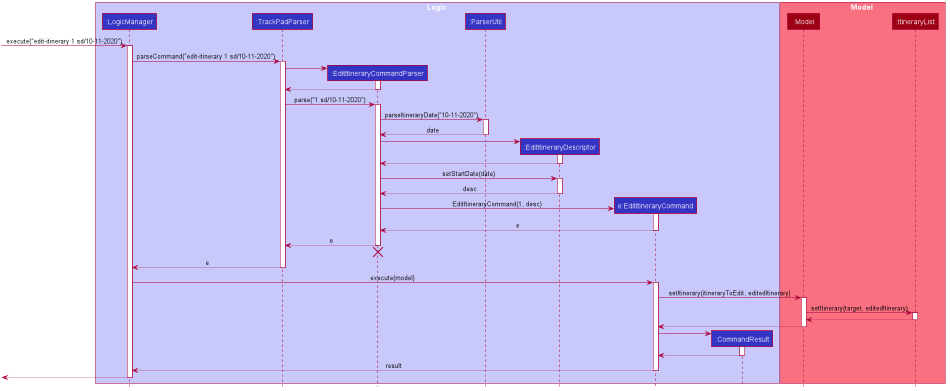
yuxuanxc/tp keeps this PlantUML diagram as docs/images/devguideimages/EditItinerarySequenceDiagram.png. Above is the earlier version.
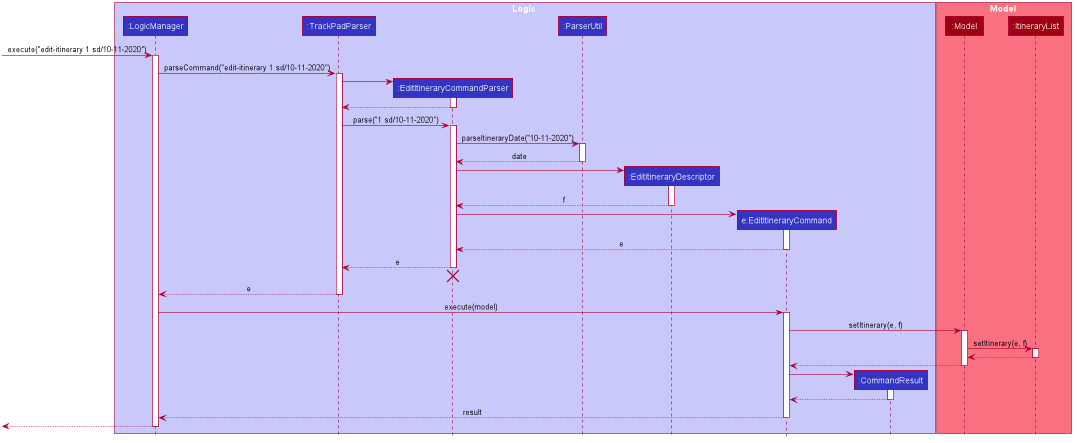
Later version of the same file.

The edit, as a diff of the source:
```diff
@@ -89,17 +89,11 @@
 EditItineraryCommandParser -> EditItineraryDescriptor
 activate EditItineraryDescriptor
 
-EditItineraryDescriptor --> EditItineraryCommandParser
-deactivate EditItineraryDescriptor
-
-EditItineraryCommandParser -> EditItineraryDescriptor : setStartDate(date)
-activate EditItineraryDescriptor
-
-EditItineraryDescriptor --> EditItineraryCommandParser : desc
+EditItineraryDescriptor --> EditItineraryCommandParser : f
 deactivate EditItineraryDescriptor
 
 create EditItineraryCommand
-EditItineraryCommandParser -> EditItineraryCommand : EditItineraryCommand(1, desc)
+EditItineraryCommandParser -> EditItineraryCommand :
 activate EditItineraryCommand
 
 EditItineraryCommand --> EditItineraryCommandParser : e
@@ -116,10 +110,10 @@
 LogicManager -> EditItineraryCommand : execute(model)
 activate EditItineraryCommand
 
-EditItineraryCommand -> Model : setItinerary(itineraryToEdit, editedItinerary)
+EditItineraryCommand -> Model : setItinerary(e, f)
 activate Model
 
-Model -> ItineraryList : setItinerary(target, editedItinerary)
+Model -> ItineraryList : setItinerary(e, f)
 activate ItineraryList
 
 ItineraryList --> Model
```
